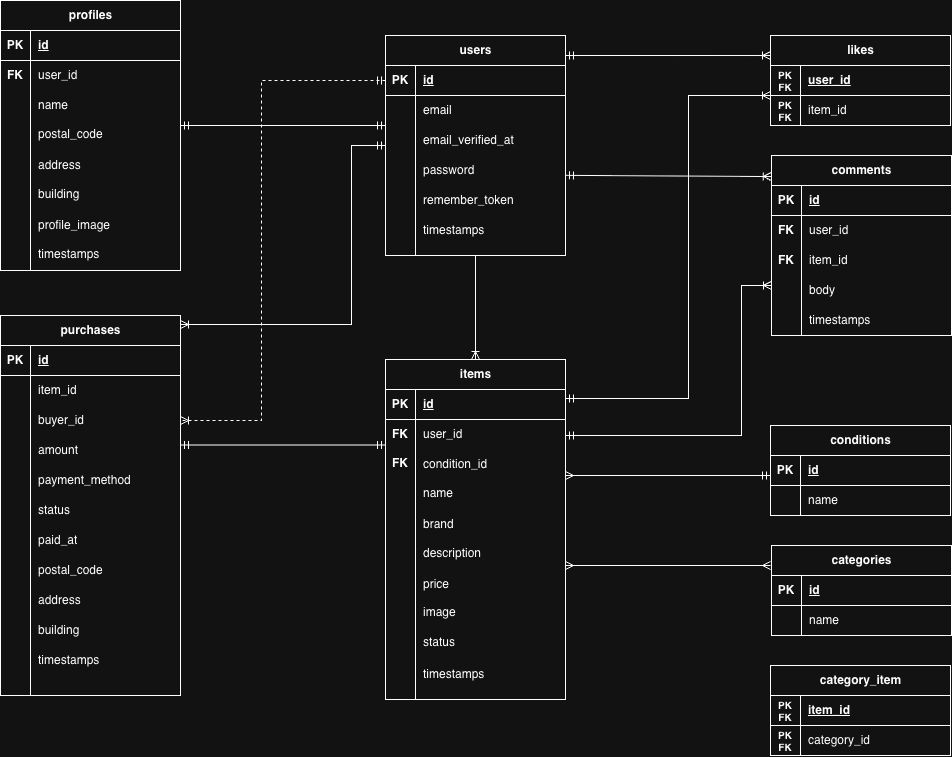
Above: docs/erd.png in aliettamediter/flea-market_app (draw.io), before the change. Source tidied: cells renumbered, new cells last; positions are measured from the earlier drawing's top-left corner, leaving out a move shared by most shapes.
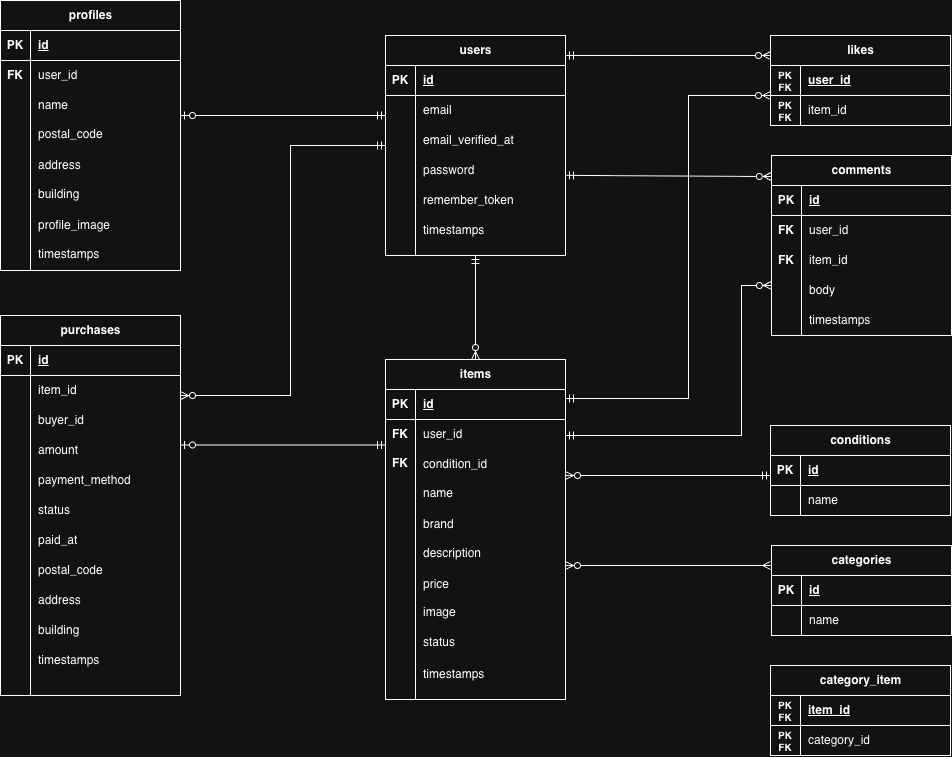
Later version of the same file.

Diff of the diagram source:
```diff
@@ -302,13 +302,13 @@
     <mxCell id="101" value="PK&lt;br&gt;FK" style="shape=partialRectangle;fillColor=none;top=0;left=0;bottom=0;right=0;fontStyle=1;overflow=hidden;whiteSpace=wrap;html=1;fontSize=10;" parent="92" vertex="1">
       <mxGeometry y="60" width="30" height="30" as="geometry" />
     </mxCell>
-    <mxCell id="102" style="edgeStyle=entityRelationEdgeStyle;fontSize=12;html=1;endArrow=ERmandOne;startArrow=ERmandOne;rounded=0;" parent="1" edge="1">
+    <mxCell id="102" style="edgeStyle=entityRelationEdgeStyle;fontSize=12;html=1;endArrow=ERmandOne;startArrow=ERzeroToOne;rounded=0;startFill=0;" parent="1" edge="1">
       <mxGeometry relative="1" as="geometry">
-        <mxPoint x="180" y="125" as="sourcePoint" />
-        <mxPoint x="385" y="125" as="targetPoint" />
+        <mxPoint x="180" y="115" as="sourcePoint" />
+        <mxPoint x="385" y="115" as="targetPoint" />
       </mxGeometry>
     </mxCell>
-    <mxCell id="103" style="fontSize=12;html=1;endArrow=ERoneToMany;rounded=0;entryX=0.5;entryY=0;entryDx=0;entryDy=0;" parent="1" edge="1" target="38">
+    <mxCell id="103" style="fontSize=12;html=1;endArrow=ERzeroToMany;rounded=0;entryX=0.5;entryY=0;entryDx=0;entryDy=0;startArrow=ERmandOne;startFill=0;endFill=0;" parent="1" edge="1" target="38">
       <mxGeometry relative="1" as="geometry">
         <mxPoint x="475" y="255" as="sourcePoint" />
       </mxGeometry>
@@ -334,35 +334,34 @@
     <mxCell id="110" value="name" style="shape=partialRectangle;fillColor=none;top=0;left=0;bottom=0;right=0;align=left;spacingLeft=6;overflow=hidden;whiteSpace=wrap;html=1;" parent="108" vertex="1">
       <mxGeometry x="30" width="150" height="30" as="geometry" />
     </mxCell>
-    <mxCell id="111" style="fontSize=12;html=1;endArrow=ERoneToMany;rounded=0;exitX=1;exitY=0.833;exitDx=0;exitDy=0;exitPerimeter=0;startArrow=ERmandOne;startFill=0;" parent="1" edge="1">
+    <mxCell id="111" style="fontSize=12;html=1;endArrow=ERzeroToMany;rounded=0;exitX=1;exitY=0.833;exitDx=0;exitDy=0;exitPerimeter=0;startArrow=ERmandOne;startFill=0;endFill=0;" parent="1" edge="1">
       <mxGeometry relative="1" as="geometry">
         <mxPoint x="565" y="55" as="sourcePoint" />
         <mxPoint x="770" y="55" as="targetPoint" />
       </mxGeometry>
     </mxCell>
-    <mxCell id="112" style="fontSize=12;html=1;endArrow=ERoneToMany;rounded=0;exitX=0.995;exitY=0.845;exitDx=0;exitDy=0;exitPerimeter=0;entryX=-0.006;entryY=0.067;entryDx=0;entryDy=0;entryPerimeter=0;startArrow=ERmandOne;startFill=0;" parent="1" edge="1">
+    <mxCell id="112" style="fontSize=12;html=1;endArrow=ERzeroToMany;rounded=0;exitX=0.995;exitY=0.845;exitDx=0;exitDy=0;exitPerimeter=0;entryX=-0.006;entryY=0.067;entryDx=0;entryDy=0;entryPerimeter=0;startArrow=ERmandOne;startFill=0;endFill=0;" parent="1" edge="1">
       <mxGeometry relative="1" as="geometry">
         <mxPoint x="565" y="174.9" as="sourcePoint" />
         <mxPoint x="770.8" y="176.1" as="targetPoint" />
       </mxGeometry>
     </mxCell>
-    <mxCell id="113" style="fontSize=12;html=1;endArrow=ERoneToMany;rounded=0;edgeStyle=orthogonalEdgeStyle;startArrow=ERmandOne;startFill=0;" parent="1" edge="1">
+    <mxCell id="113" style="fontSize=12;html=1;endArrow=ERzeroToMany;rounded=0;edgeStyle=orthogonalEdgeStyle;startArrow=ERmandOne;startFill=0;endFill=0;entryX=1;entryY=0.667;entryDx=0;entryDy=0;entryPerimeter=0;" parent="1" edge="1" target="133">
       <mxGeometry relative="1" as="geometry">
         <mxPoint x="385" y="145" as="sourcePoint" />
-        <mxPoint x="180" y="324" as="targetPoint" />
         <Array as="points">
-          <mxPoint x="351" y="145" />
-          <mxPoint x="351" y="324" />
+          <mxPoint x="290" y="145" />
+          <mxPoint x="290" y="395" />
         </Array>
       </mxGeometry>
     </mxCell>
-    <mxCell id="114" style="fontSize=12;html=1;endArrow=ERmany;startArrow=ERmany;rounded=0;" parent="1" edge="1">
+    <mxCell id="114" style="fontSize=12;html=1;endArrow=ERmany;startArrow=ERzeroToMany;rounded=0;startFill=0;" parent="1" edge="1">
       <mxGeometry relative="1" as="geometry">
         <mxPoint x="565" y="565" as="sourcePoint" />
         <mxPoint x="770" y="565" as="targetPoint" />
       </mxGeometry>
     </mxCell>
-    <mxCell id="115" style="fontSize=12;html=1;endArrow=ERoneToMany;rounded=0;edgeStyle=orthogonalEdgeStyle;exitX=1.011;exitY=0.967;exitDx=0;exitDy=0;exitPerimeter=0;startArrow=ERmandOne;startFill=0;" parent="1" edge="1">
+    <mxCell id="115" style="fontSize=12;html=1;endArrow=ERzeroToMany;rounded=0;edgeStyle=orthogonalEdgeStyle;exitX=1.011;exitY=0.967;exitDx=0;exitDy=0;exitPerimeter=0;startArrow=ERmandOne;startFill=0;endFill=0;" parent="1" edge="1">
       <mxGeometry relative="1" as="geometry">
         <mxPoint x="565" y="398" as="sourcePoint" />
         <mxPoint x="770" y="95" as="targetPoint" />
@@ -372,7 +371,7 @@
         </Array>
       </mxGeometry>
     </mxCell>
-    <mxCell id="116" style="fontSize=12;html=1;endArrow=ERoneToMany;rounded=0;edgeStyle=orthogonalEdgeStyle;startArrow=ERmandOne;startFill=0;" parent="1" edge="1">
+    <mxCell id="116" style="fontSize=12;html=1;endArrow=ERzeroToMany;rounded=0;edgeStyle=orthogonalEdgeStyle;startArrow=ERmandOne;startFill=0;endFill=0;" parent="1" edge="1">
       <mxGeometry relative="1" as="geometry">
         <mxPoint x="565" y="435" as="sourcePoint" />
         <mxPoint x="770.9" y="285" as="targetPoint" />
@@ -383,26 +382,18 @@
         </Array>
       </mxGeometry>
     </mxCell>
-    <mxCell id="117" style="edgeStyle=entityRelationEdgeStyle;fontSize=12;html=1;endArrow=ERmandOne;startArrow=ERmandOne;rounded=0;" parent="1" edge="1">
+    <mxCell id="117" style="edgeStyle=entityRelationEdgeStyle;fontSize=12;html=1;endArrow=ERmandOne;startArrow=ERzeroToOne;rounded=0;startFill=0;" parent="1" edge="1">
       <mxGeometry relative="1" as="geometry">
         <mxPoint x="180" y="444.5" as="sourcePoint" />
         <mxPoint x="385" y="444.5" as="targetPoint" />
       </mxGeometry>
     </mxCell>
-    <mxCell id="118" style="edgeStyle=entityRelationEdgeStyle;fontSize=12;html=1;endArrow=ERmandOne;startArrow=ERmany;rounded=0;startFill=0;" parent="1" edge="1">
+    <mxCell id="118" style="edgeStyle=entityRelationEdgeStyle;fontSize=12;html=1;endArrow=ERmandOne;startArrow=ERzeroToMany;rounded=0;startFill=0;" parent="1" edge="1">
       <mxGeometry relative="1" as="geometry">
         <mxPoint x="565" y="475" as="sourcePoint" />
         <mxPoint x="770" y="475" as="targetPoint" />
       </mxGeometry>
     </mxCell>
-    <mxCell id="119" style="fontSize=12;html=1;endArrow=ERoneToMany;rounded=0;edgeStyle=orthogonalEdgeStyle;exitX=0;exitY=0.5;exitDx=0;exitDy=0;startArrow=ERmandOne;startFill=0;dashed=1;entryX=1;entryY=0.5;entryDx=0;entryDy=0;" parent="1" edge="1" source="8" target="136">
-      <mxGeometry relative="1" as="geometry">
-        <Array as="points">
-          <mxPoint x="261" y="80" />
-          <mxPoint x="261" y="420" />
-        </Array>
-      </mxGeometry>
-    </mxCell>
     <mxCell id="120" value="timestamps" style="shape=partialRectangle;fillColor=none;top=0;left=0;bottom=0;right=0;align=left;spacingLeft=6;overflow=hidden;whiteSpace=wrap;html=1;" parent="1" vertex="1">
       <mxGeometry x="30" y="645" width="150" height="30" as="geometry" />
     </mxCell>
```
